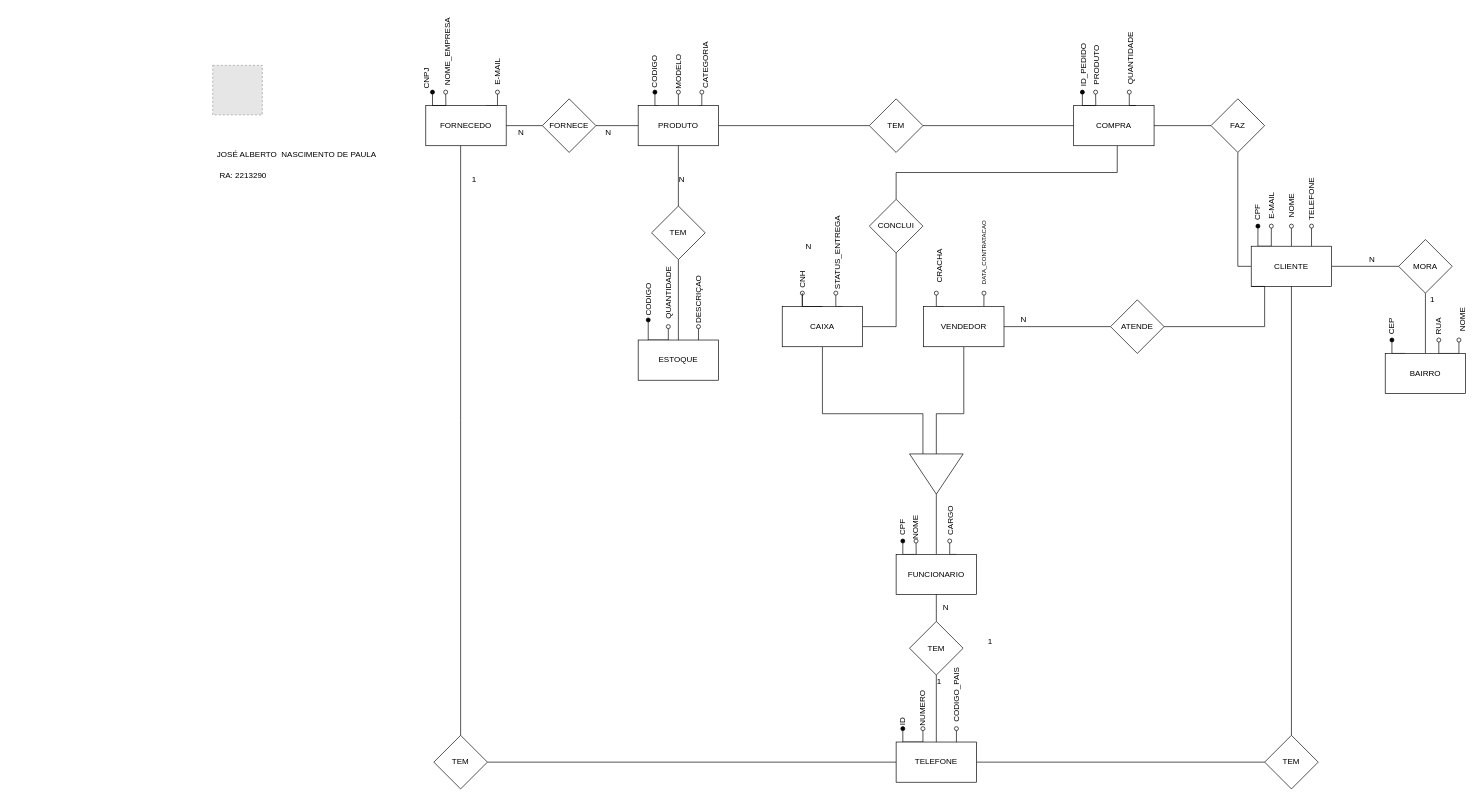
The draw.io diagram Banco-De-Dados-1/Modelo Entidade-Relacionamento/Modelo-Entidade-Relacionamento.drawio in Joseal19/FACUL-UTFPR, before the edit. Source tidied: cells renumbered, new cells numbered last; positions are measured from the earlier drawing's top-left corner, leaving out a move shared by most shapes. Both pictures are drawn from the tidied source at 67%, with x=0, y=0 at pixel (212, 45). Pictures stored in the file or linked from it are replaced by grey dashed boxes.
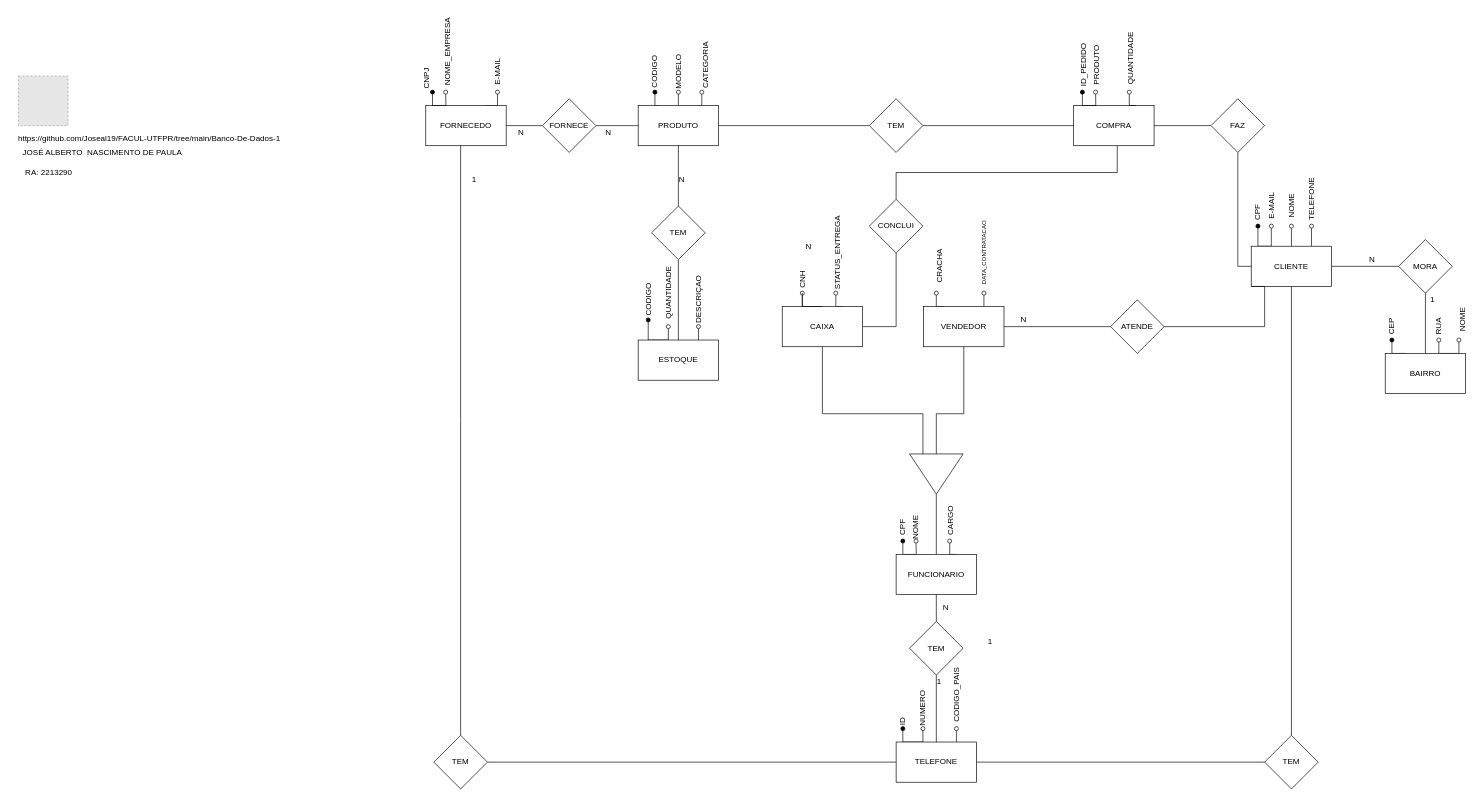
The same page after the edit.

The edit, as a diff of the source:
```diff
@@
     <mxCell id="60" value="JOSÉ ALBERTO&amp;nbsp; NASCIMENTO DE PAULA" style="text;html=1;align=center;verticalAlign=middle;strokeColor=none;fillColor=none;" parent="1" vertex="1">
-      <mxGeometry y="154" width="250" height="20" as="geometry" />
+      <mxGeometry x="-290" y="150" width="250" height="20" as="geometry" />
     </mxCell>
     <mxCell id="61" value="RA: 2213290" style="text;html=1;align=center;verticalAlign=middle;strokeColor=none;fillColor=none;" parent="1" vertex="1">
-      <mxGeometry y="184" width="90" height="20" as="geometry" />
+      <mxGeometry x="-290" y="180" width="90" height="20" as="geometry" />
     </mxCell>
@@
     <mxCell id="94" style="fillColor=#E6E6E6;strokeColor=#999999;dashed=1;html=1;verticalAlign=top;verticalLabelPosition=bottom;labelBackgroundColor=#ffffff;fontSize=12;" parent="1" vertex="1">
-      <mxGeometry y="30" width="74" height="74" as="geometry" />
+      <mxGeometry x="-290" y="46" width="74" height="74" as="geometry" />
     </mxCell>
@@
+    <mxCell id="120" value="https://github.com/Joseal19/FACUL-UTFPR/tree/main/Banco-De-Dados-1" style="text;html=1;align=center;verticalAlign=middle;strokeColor=none;fillColor=none;fontSize=12;" parent="1" vertex="1">
+      <mxGeometry x="-300" y="130" width="410" height="20" as="geometry" />
+    </mxCell>
```
